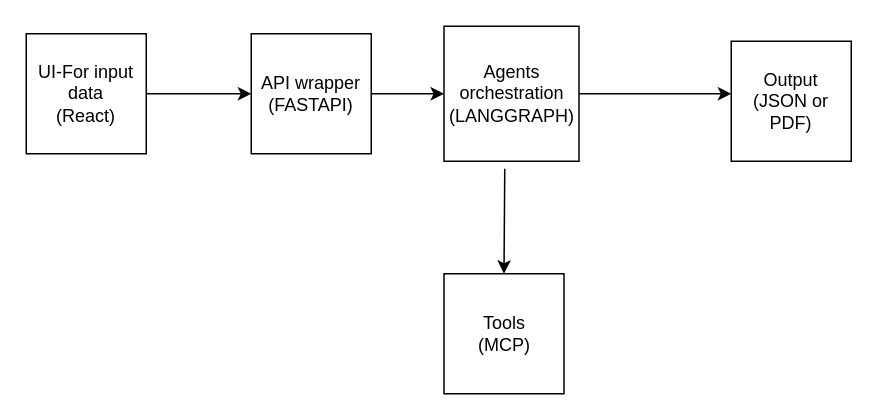
The draw.io diagram page "HLD" (1 of 2) of Workflow.drawio in suryaagarwal-05/AI-Negotiator, before the edit. Source tidied: cells renumbered, new cells numbered last; positions are measured from the earlier drawing's top-left corner, leaving out a move shared by most shapes. Both pictures are drawn from the tidied source at 150%, with x=0, y=0 at pixel (26, 26).
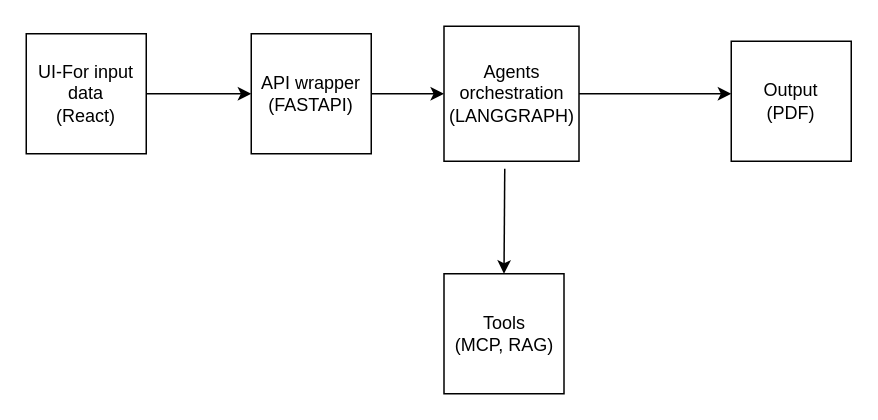
Above is the later version.

The edit, as a diff of the source:
```diff
@@
 <mxGraphModel>
   <root>
     <mxCell id="0" />
     <mxCell id="1" parent="0" />
     <mxCell id="2" value="UI-For input data&lt;br&gt;(React)" style="whiteSpace=wrap;html=1;" parent="1" vertex="1">
       <mxGeometry y="5" width="80" height="80" as="geometry" />
     </mxCell>
     <mxCell id="3" style="endArrow=classic;html=1;rounded=0;" parent="1" edge="1">
       <mxGeometry relative="1" as="geometry">
         <mxPoint x="80" y="45" as="sourcePoint" />
         <mxPoint x="150" y="45" as="targetPoint" />
       </mxGeometry>
     </mxCell>
     <mxCell id="4" value="API wrapper&lt;div&gt;(FASTAPI)&lt;/div&gt;" style="whiteSpace=wrap;html=1;" parent="1" vertex="1">
       <mxGeometry x="150" y="5" width="80" height="80" as="geometry" />
     </mxCell>
     <mxCell id="5" style="endArrow=classic;html=1;rounded=0;exitX=1;exitY=0.5;exitDx=0;exitDy=0;" parent="1" edge="1" source="4" target="6">
       <mxGeometry relative="1" as="geometry" />
     </mxCell>
     <mxCell id="6" value="Agents orchestration&lt;div&gt;(LANGGRAPH)&lt;/div&gt;" style="whiteSpace=wrap;html=1;" parent="1" vertex="1">
       <mxGeometry x="278.5" width="90" height="90" as="geometry" />
     </mxCell>
     <mxCell id="7" style="endArrow=classic;html=1;rounded=0;entryX=0.5;entryY=0;entryDx=0;entryDy=0;" parent="1" edge="1" target="8">
       <mxGeometry relative="1" as="geometry">
         <mxPoint x="319" y="95" as="sourcePoint" />
       </mxGeometry>
     </mxCell>
-    <mxCell id="8" value="Tools&lt;div&gt;(MCP)&lt;/div&gt;" style="whiteSpace=wrap;html=1;" parent="1" vertex="1">
+    <mxCell id="8" value="Tools&lt;div&gt;(MCP, RAG)&lt;/div&gt;" style="whiteSpace=wrap;html=1;" parent="1" vertex="1">
       <mxGeometry x="278.5" y="165" width="80" height="80" as="geometry" />
     </mxCell>
     <mxCell id="9" style="endArrow=classic;html=1;rounded=0;exitX=1;exitY=0.5;exitDx=0;exitDy=0;" parent="1" edge="1" source="6">
       <mxGeometry relative="1" as="geometry">
         <mxPoint x="470" y="45" as="targetPoint" />
       </mxGeometry>
     </mxCell>
-    <mxCell id="10" value="Output&lt;div&gt;(JSON or PDF)&lt;/div&gt;" style="whiteSpace=wrap;html=1;" parent="1" vertex="1">
+    <mxCell id="10" value="Output&lt;div&gt;(PDF)&lt;/div&gt;" style="whiteSpace=wrap;html=1;" parent="1" vertex="1">
       <mxGeometry x="470" y="10" width="80" height="80" as="geometry" />
     </mxCell>
   </root>
 </mxGraphModel>
```
